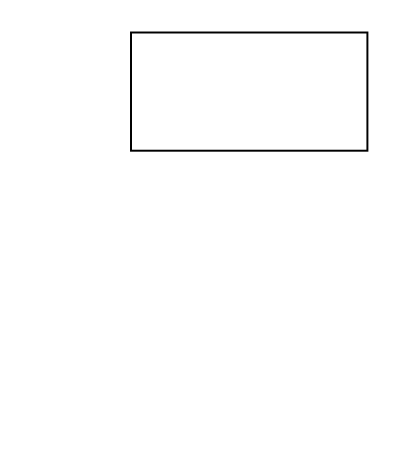
The draw.io diagram Untitled Diagram.drawio in zlqlpp/drawio_repo, before the edit. Source tidied: cells renumbered, new cells numbered last; positions are measured from the earlier drawing's top-left corner, leaving out a move shared by most shapes. Both pictures are drawn from the tidied source at 197%, with x=0, y=0 at pixel (130, 32).
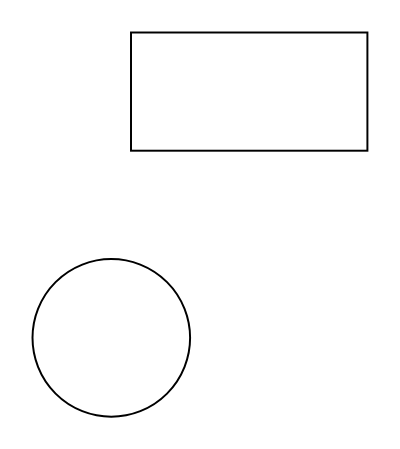
After the change.

Diff of the diagram source:
```diff
@@
 <mxGraphModel>
   <root>
     <mxCell id="0" />
     <mxCell id="1" parent="0" />
     <mxCell id="2" style="rounded=0;whiteSpace=wrap;html=1;" parent="1" vertex="1">
       <mxGeometry width="120" height="60" as="geometry" />
     </mxCell>
+    <mxCell id="3" style="ellipse;whiteSpace=wrap;html=1;shapeInside=1;" parent="1" vertex="1">
+      <mxGeometry x="-50" y="115" width="80" height="80" as="geometry" />
+    </mxCell>
   </root>
 </mxGraphModel>
```
